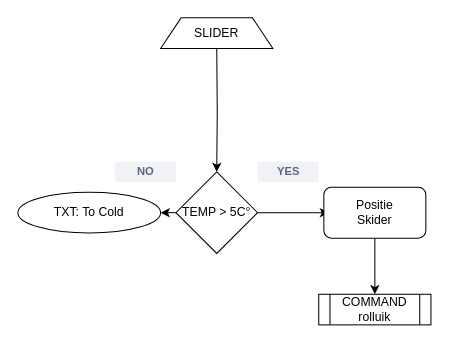
barremans/barremans keeps this draw.io diagram as page "COMMAND rolluiken/raam" (3 of 3) of Untitled Diagram.drawio. Above is the earlier version. Source tidied: cells renumbered, new cells numbered last; positions are measured from the earlier drawing's top-left corner, leaving out a move shared by most shapes. Both pictures are drawn from the tidied source at 102%, with x=0, y=0 at pixel (17, 17).
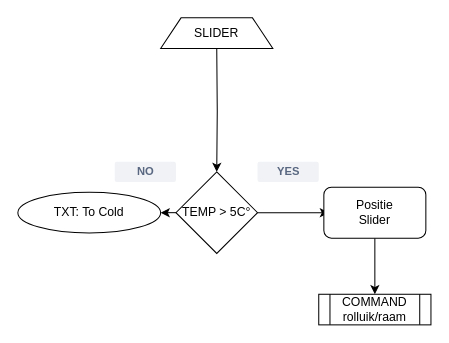
The same diagram, later.

Change to the diagram source:
```diff
@@
 <mxGraphModel>
   <root>
     <mxCell id="0" />
     <mxCell id="1" parent="0" />
     <mxCell id="2" style="edgeStyle=orthogonalEdgeStyle;rounded=0;jettySize=auto;html=1;exitX=1;exitY=0.5;exitDx=0;exitDy=0;entryX=0;entryY=0.5;entryDx=0;entryDy=0;" parent="1" edge="1" source="4">
       <mxGeometry relative="1" as="geometry">
         <mxPoint x="305" y="191" as="targetPoint" />
       </mxGeometry>
     </mxCell>
     <mxCell id="3" style="edgeStyle=orthogonalEdgeStyle;rounded=0;jettySize=auto;html=1;exitX=0;exitY=0.5;exitDx=0;exitDy=0;entryX=1;entryY=0.5;entryDx=0;entryDy=0;" parent="1" edge="1" source="4" target="6">
       <mxGeometry relative="1" as="geometry" />
     </mxCell>
     <mxCell id="4" value="TEMP &amp;gt; 5C°" style="rhombus;whiteSpace=wrap;html=1;" parent="1" vertex="1">
       <mxGeometry x="155" y="151" width="80" height="80" as="geometry" />
     </mxCell>
     <mxCell id="5" style="edgeStyle=orthogonalEdgeStyle;rounded=0;jettySize=auto;html=1;exitX=0.5;exitY=1;exitDx=0;exitDy=0;entryX=0.5;entryY=0;entryDx=0;entryDy=0;" parent="1" edge="1" target="4">
       <mxGeometry relative="1" as="geometry">
         <mxPoint x="195" y="30" as="sourcePoint" />
       </mxGeometry>
     </mxCell>
     <mxCell id="6" value="TXT: To Cold" style="ellipse;whiteSpace=wrap;html=1;" parent="1" vertex="1">
       <mxGeometry y="171" width="140" height="40" as="geometry" />
     </mxCell>
     <mxCell id="7" value="NO" style="dashed=0;html=1;fillColor=#F0F2F5;strokeColor=none;align=center;rounded=1;arcSize=10;fontColor=#596780;fontStyle=1;fontSize=11;shadow=0;" parent="1" vertex="1">
       <mxGeometry x="95" y="141" width="60" height="20" as="geometry" />
     </mxCell>
     <mxCell id="8" style="edgeStyle=orthogonalEdgeStyle;rounded=0;jettySize=auto;html=1;exitX=0.5;exitY=1;exitDx=0;exitDy=0;entryX=0.5;entryY=0;entryDx=0;entryDy=0;" parent="1" edge="1" source="10" target="11">
       <mxGeometry relative="1" as="geometry" />
     </mxCell>
     <mxCell id="9" value="&lt;div&gt;YES&lt;/div&gt;" style="dashed=0;html=1;fillColor=#F0F2F5;strokeColor=none;align=center;rounded=1;arcSize=10;fontColor=#596780;fontStyle=1;fontSize=11;shadow=0;" parent="1" vertex="1">
       <mxGeometry x="235" y="141" width="60" height="20" as="geometry" />
     </mxCell>
-    <mxCell id="10" value="Positie&lt;div&gt;Skider&lt;/div&gt;" style="rounded=1;whiteSpace=wrap;html=1;" parent="1" vertex="1">
+    <mxCell id="10" value="Positie&lt;div&gt;Slider&lt;/div&gt;" style="rounded=1;whiteSpace=wrap;html=1;" parent="1" vertex="1">
       <mxGeometry x="300" y="166" width="100" height="50" as="geometry" />
     </mxCell>
-    <mxCell id="11" value="COMMAND rolluik" style="shape=process;whiteSpace=wrap;html=1;backgroundOutline=1;" parent="1" vertex="1">
+    <mxCell id="11" value="COMMAND rolluik/raam" style="shape=process;whiteSpace=wrap;html=1;backgroundOutline=1;" parent="1" vertex="1">
       <mxGeometry x="295" y="271" width="110" height="30" as="geometry" />
     </mxCell>
     <mxCell id="12" value="SLIDER" style="shape=trapezoid;perimeter=trapezoidPerimeter;whiteSpace=wrap;html=1;fixedSize=1;" parent="1" vertex="1">
       <mxGeometry x="140" width="110" height="30" as="geometry" />
     </mxCell>
   </root>
 </mxGraphModel>
```
